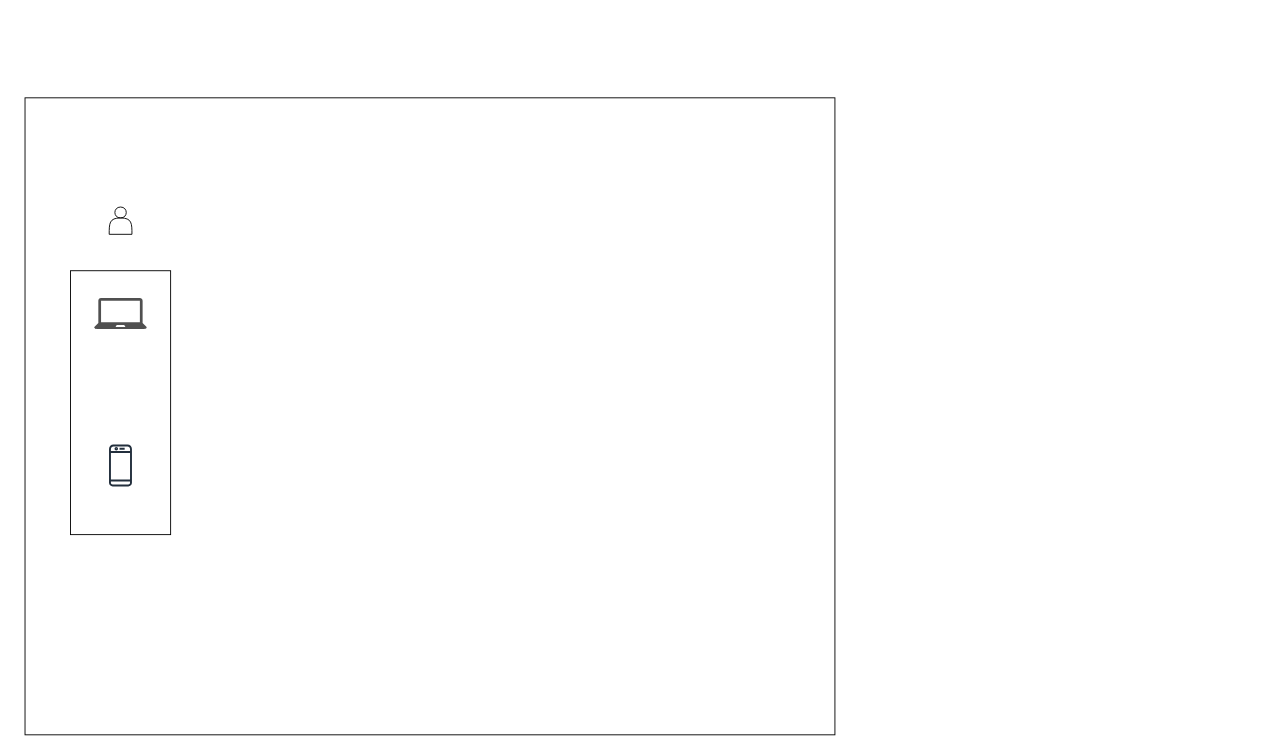
Before: BTP Icons.drawio in rajatchaurasia/btp-icons, a draw.io diagram. Source tidied: cells renumbered, new cells numbered last; positions are measured from the earlier drawing's top-left corner, leaving out a move shared by most shapes. Both pictures are drawn from the tidied source at 91%, with x=0, y=0 at pixel (25, 97). Pictures stored in the file or linked from it are replaced by grey dashed boxes.
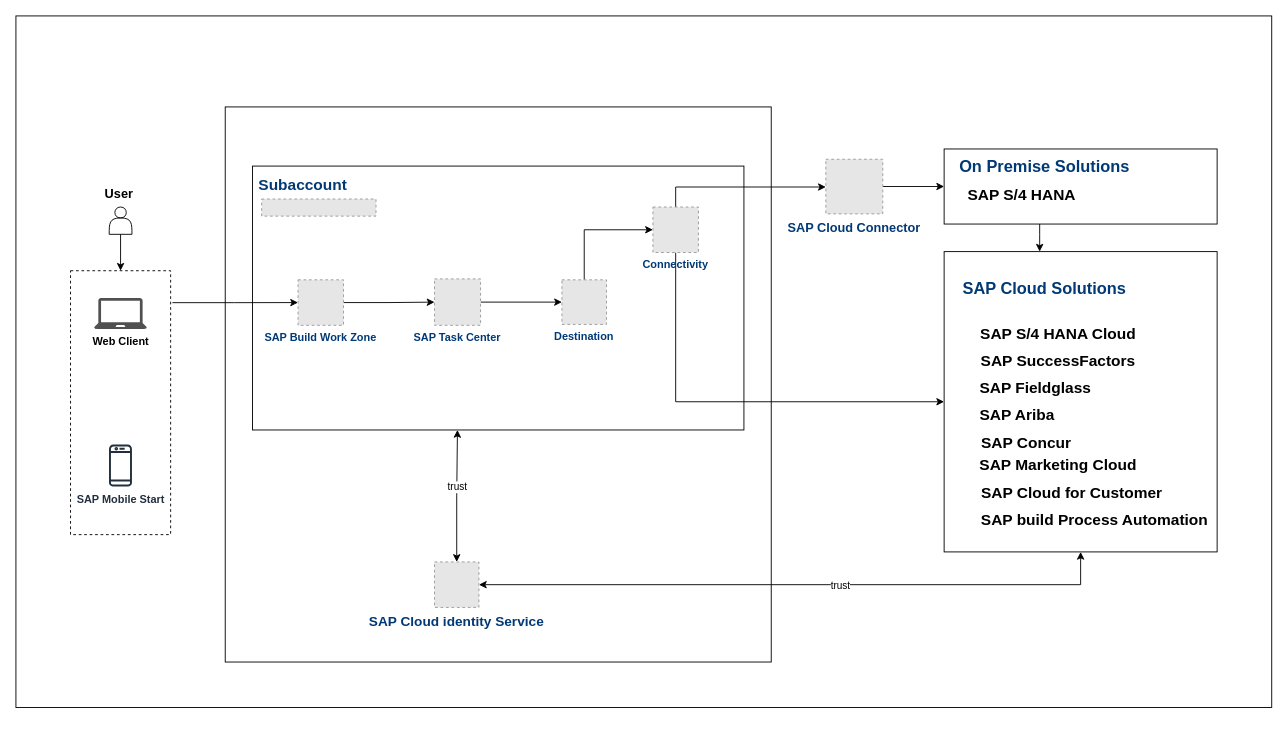
The same page after the edit.

Change to the diagram source:
```diff
@@
+    <mxCell id="7" style="rounded=0;whiteSpace=wrap;html=1;fillColor=none;" parent="1" vertex="1">
+      <mxGeometry x="220" y="10" width="600" height="610" as="geometry" />
+    </mxCell>
     <mxCell id="2" style="rounded=0;whiteSpace=wrap;html=1;fillColor=none;" parent="1" vertex="1">
-      <mxGeometry width="890" height="700" as="geometry" />
+      <mxGeometry x="-10" y="-90" width="1380" height="760" as="geometry" />
     </mxCell>
+    <mxCell id="8" style="rounded=0;whiteSpace=wrap;html=1;fillColor=none;" parent="1" vertex="1">
+      <mxGeometry x="250" y="75" width="540" height="290" as="geometry" />
+    </mxCell>
+    <mxCell id="4" style="shape=actor;whiteSpace=wrap;html=1;" parent="1" vertex="1">
+      <mxGeometry x="92.5" y="120" width="25" height="30" as="geometry" />
+    </mxCell>
+    <mxCell id="9" style="edgeStyle=orthogonalEdgeStyle;rounded=0;jettySize=auto;html=1;exitX=1.018;exitY=0.121;exitDx=0;exitDy=0;entryX=0;entryY=0.5;entryDx=0;entryDy=0;exitPerimeter=0;" parent="1" edge="1" source="3" target="12">
+      <mxGeometry relative="1" as="geometry" />
+    </mxCell>
-    <mxCell id="3" style="rounded=0;whiteSpace=wrap;html=1;" parent="1" vertex="1">
+    <mxCell id="3" style="rounded=0;whiteSpace=wrap;html=1;fillStyle=dots;fillColor=none;dashed=1;" parent="1" vertex="1">
       <mxGeometry x="50" y="190" width="110" height="290" as="geometry" />
     </mxCell>
-    <mxCell id="4" style="shape=actor;whiteSpace=wrap;html=1;" parent="1" vertex="1">
-      <mxGeometry x="92.5" y="120" width="25" height="30" as="geometry" />
-    </mxCell>
+    <mxCell id="10" style="edgeStyle=orthogonalEdgeStyle;rounded=0;jettySize=auto;html=1;entryX=0.5;entryY=0;entryDx=0;entryDy=0;" parent="1" edge="1" source="4" target="3">
+      <mxGeometry relative="1" as="geometry" />
+    </mxCell>
-    <mxCell id="5" style="sketch=0;fontColor=#232F3E;gradientColor=none;fillColor=#232F3D;strokeColor=none;dashed=0;verticalLabelPosition=bottom;verticalAlign=top;align=center;html=1;fontSize=12;fontStyle=0;shape=mxgraph.aws4.mobile_client;" parent="1" vertex="1">
+    <mxCell id="5" value="&lt;b&gt;SAP Mobile Start&lt;/b&gt;" style="sketch=0;fontColor=#232F3E;gradientColor=none;fillColor=#232F3D;strokeColor=none;dashed=0;verticalLabelPosition=bottom;verticalAlign=top;align=center;html=1;fontSize=12;fontStyle=0;shape=mxgraph.aws4.mobile_client;" parent="1" vertex="1">
       <mxGeometry x="92.3" y="380" width="25.2" height="48" as="geometry" />
     </mxCell>
-    <mxCell id="6" style="sketch=0;shadow=0;dashed=0;html=1;strokeColor=none;fillColor=#505050;labelPosition=center;verticalLabelPosition=bottom;verticalAlign=top;align=center;shape=mxgraph.office.devices.laptop;" parent="1" vertex="1">
+    <mxCell id="6" value="&lt;b&gt;Web Client&lt;/b&gt;" style="sketch=0;shadow=0;dashed=0;html=1;strokeColor=none;fillColor=#505050;labelPosition=center;verticalLabelPosition=bottom;verticalAlign=top;align=center;shape=mxgraph.office.devices.laptop;" parent="1" vertex="1">
       <mxGeometry x="75.9" y="220" width="58" height="34" as="geometry" />
     </mxCell>
+    <mxCell id="11" style="edgeStyle=orthogonalEdgeStyle;rounded=0;jettySize=auto;html=1;" parent="1" edge="1" source="12" target="14">
+      <mxGeometry relative="1" as="geometry" />
+    </mxCell>
+    <mxCell id="12" value="SAP Build Work Zone&#10;" style="fillColor=#E6E6E6;strokeColor=#999999;dashed=1;verticalLabelPosition=bottom;verticalAlign=top;fontStyle=1;fontColor=#003975;" parent="1" vertex="1">
+      <mxGeometry x="300" y="200" width="50" height="50" as="geometry" />
+    </mxCell>
+    <mxCell id="13" style="edgeStyle=orthogonalEdgeStyle;rounded=0;jettySize=auto;html=1;" parent="1" edge="1" source="14" target="16">
+      <mxGeometry relative="1" as="geometry" />
+    </mxCell>
+    <mxCell id="14" value="SAP Task Center" style="fillColor=#E6E6E6;strokeColor=#999999;dashed=1;verticalLabelPosition=bottom;labelBackgroundColor=default;verticalAlign=top;fontStyle=1;fontColor=#003975;" parent="1" vertex="1">
+      <mxGeometry x="450" y="199" width="50.6" height="51" as="geometry" />
+    </mxCell>
+    <mxCell id="15" style="edgeStyle=orthogonalEdgeStyle;rounded=0;jettySize=auto;html=1;entryX=0;entryY=0.5;entryDx=0;entryDy=0;exitX=0.5;exitY=0;exitDx=0;exitDy=0;" parent="1" edge="1" source="16" target="19">
+      <mxGeometry relative="1" as="geometry">
+        <Array as="points">
+          <mxPoint x="615" y="145" />
+        </Array>
+      </mxGeometry>
+    </mxCell>
+    <mxCell id="16" value="Destination" style="fillColor=#E6E6E6;strokeColor=#999999;dashed=1;verticalLabelPosition=bottom;verticalAlign=top;fontColor=#003975;fontStyle=1;" parent="1" vertex="1">
+      <mxGeometry x="590" y="200" width="49" height="49" as="geometry" />
+    </mxCell>
+    <mxCell id="17" style="edgeStyle=orthogonalEdgeStyle;rounded=0;jettySize=auto;html=1;" parent="1" edge="1" source="19" target="21">
+      <mxGeometry relative="1" as="geometry">
+        <Array as="points">
+          <mxPoint x="715" y="98" />
+        </Array>
+      </mxGeometry>
+    </mxCell>
+    <mxCell id="18" style="edgeStyle=orthogonalEdgeStyle;rounded=0;jettySize=auto;html=1;entryX=0;entryY=0.5;entryDx=0;entryDy=0;" parent="1" edge="1" source="19" target="22">
+      <mxGeometry relative="1" as="geometry">
+        <Array as="points">
+          <mxPoint x="715" y="334" />
+        </Array>
+      </mxGeometry>
+    </mxCell>
+    <mxCell id="19" value="Connectivity" style="fillColor=#E6E6E6;strokeColor=#999999;dashed=1;verticalLabelPosition=bottom;verticalAlign=top;fontColor=#003975;fontStyle=1;" parent="1" vertex="1">
+      <mxGeometry x="690" y="120" width="50" height="50" as="geometry" />
+    </mxCell>
+    <mxCell id="20" style="edgeStyle=orthogonalEdgeStyle;rounded=0;jettySize=auto;html=1;entryX=0;entryY=0.5;entryDx=0;entryDy=0;" parent="1" edge="1" source="21" target="24">
+      <mxGeometry relative="1" as="geometry" />
+    </mxCell>
+    <mxCell id="21" value="SAP Cloud Connector" style="fillColor=#E6E6E6;strokeColor=#999999;dashed=1;verticalLabelPosition=bottom;labelBackgroundColor=default;verticalAlign=top;fontColor=#003975;fontStyle=1;fontSize=14;" parent="1" vertex="1">
+      <mxGeometry x="880" y="67.5" width="62.6" height="60" as="geometry" />
+    </mxCell>
+    <mxCell id="22" style="rounded=0;whiteSpace=wrap;html=1;fillColor=none;" parent="1" vertex="1">
+      <mxGeometry x="1010" y="169" width="300" height="330" as="geometry" />
+    </mxCell>
+    <mxCell id="23" style="edgeStyle=orthogonalEdgeStyle;rounded=0;jettySize=auto;html=1;" parent="1" edge="1" source="24" target="22">
+      <mxGeometry relative="1" as="geometry">
+        <Array as="points">
+          <mxPoint x="1115" y="150" />
+          <mxPoint x="1115" y="150" />
+        </Array>
+      </mxGeometry>
+    </mxCell>
+    <mxCell id="24" style="rounded=0;whiteSpace=wrap;html=1;fillColor=none;" parent="1" vertex="1">
+      <mxGeometry x="1010" y="56.2" width="300" height="82.5" as="geometry" />
+    </mxCell>
+    <mxCell id="25" value="&lt;font size=&quot;1&quot; color=&quot;#003975&quot;&gt;&lt;b style=&quot;font-size: 18px;&quot;&gt;On Premise Solutions&lt;/b&gt;&lt;/font&gt;" style="text;html=1;align=center;verticalAlign=middle;strokeColor=none;fillColor=none;" parent="1" vertex="1">
+      <mxGeometry x="1015" y="56.2" width="210" height="40" as="geometry" />
+    </mxCell>
+    <mxCell id="26" value="&lt;font size=&quot;1&quot; color=&quot;#003975&quot;&gt;&lt;b style=&quot;font-size: 18px;&quot;&gt;SAP Cloud Solutions&lt;/b&gt;&lt;/font&gt;" style="text;html=1;align=center;verticalAlign=middle;strokeColor=none;fillColor=none;" parent="1" vertex="1">
+      <mxGeometry x="1020" y="190" width="200" height="40" as="geometry" />
+    </mxCell>
+    <mxCell id="27" value="&lt;font size=&quot;1&quot;&gt;&lt;b style=&quot;font-size: 17px;&quot;&gt;SAP SuccessFactors&lt;/b&gt;&lt;/font&gt;" style="text;html=1;align=center;verticalAlign=middle;strokeColor=none;fillColor=none;" parent="1" vertex="1">
+      <mxGeometry x="1040" y="275" width="190" height="30" as="geometry" />
+    </mxCell>
+    <mxCell id="28" value="&lt;span style=&quot;font-size: 17px;&quot;&gt;&lt;b&gt;SAP Ariba&lt;/b&gt;&lt;/span&gt;" style="text;html=1;align=center;verticalAlign=middle;strokeColor=none;fillColor=none;" parent="1" vertex="1">
+      <mxGeometry x="1035" y="335" width="110" height="30" as="geometry" />
+    </mxCell>
+    <mxCell id="29" value="&lt;font size=&quot;1&quot;&gt;&lt;b style=&quot;font-size: 17px;&quot;&gt;SAP Concur&lt;/b&gt;&lt;/font&gt;" style="text;html=1;align=center;verticalAlign=middle;strokeColor=none;fillColor=none;" parent="1" vertex="1">
+      <mxGeometry x="1040" y="365" width="120" height="30" as="geometry" />
+    </mxCell>
+    <mxCell id="30" value="&lt;font size=&quot;1&quot;&gt;&lt;b style=&quot;font-size: 17px;&quot;&gt;SAP Fieldglass&lt;/b&gt;&lt;/font&gt;" style="text;html=1;align=center;verticalAlign=middle;strokeColor=none;fillColor=none;" parent="1" vertex="1">
+      <mxGeometry x="1035" y="305" width="150" height="30" as="geometry" />
+    </mxCell>
+    <mxCell id="31" value="&lt;font size=&quot;1&quot;&gt;&lt;b style=&quot;font-size: 17px;&quot;&gt;SAP Marketing Cloud&lt;/b&gt;&lt;/font&gt;" style="text;html=1;align=center;verticalAlign=middle;strokeColor=none;fillColor=none;" parent="1" vertex="1">
+      <mxGeometry x="1035" y="390" width="200" height="30" as="geometry" />
+    </mxCell>
+    <mxCell id="32" value="&lt;font size=&quot;1&quot;&gt;&lt;b style=&quot;font-size: 17px;&quot;&gt;SAP Cloud for Customer&lt;/b&gt;&lt;/font&gt;" style="text;html=1;align=center;verticalAlign=middle;strokeColor=none;fillColor=none;" parent="1" vertex="1">
+      <mxGeometry x="1040" y="420" width="220" height="30" as="geometry" />
+    </mxCell>
+    <mxCell id="33" value="&lt;font size=&quot;1&quot;&gt;&lt;b style=&quot;font-size: 17px;&quot;&gt;SAP build Process Automation&lt;/b&gt;&lt;/font&gt;" style="text;html=1;align=center;verticalAlign=middle;strokeColor=none;fillColor=none;" parent="1" vertex="1">
+      <mxGeometry x="1040" y="450" width="270" height="30" as="geometry" />
+    </mxCell>
+    <mxCell id="34" value="&lt;font size=&quot;1&quot;&gt;&lt;b style=&quot;font-size: 17px;&quot;&gt;SAP S/4 HANA Cloud&lt;/b&gt;&lt;/font&gt;" style="text;html=1;align=center;verticalAlign=middle;strokeColor=none;fillColor=none;" parent="1" vertex="1">
+      <mxGeometry x="1040" y="245" width="190" height="30" as="geometry" />
+    </mxCell>
+    <mxCell id="35" value="&lt;font size=&quot;1&quot;&gt;&lt;b style=&quot;font-size: 17px;&quot;&gt;SAP S/4 HANA&lt;/b&gt;&lt;/font&gt;" style="text;html=1;align=center;verticalAlign=middle;strokeColor=none;fillColor=none;" parent="1" vertex="1">
+      <mxGeometry x="1025" y="92.5" width="140" height="30" as="geometry" />
+    </mxCell>
+    <mxCell id="36" value="&lt;font color=&quot;#003975&quot; style=&quot;font-size: 17px;&quot;&gt;Subaccount&lt;/font&gt;" style="text;strokeColor=none;fillColor=none;html=1;fontSize=24;fontStyle=1;verticalAlign=middle;align=center;" parent="1" vertex="1">
+      <mxGeometry x="260" y="75" width="90" height="37.5" as="geometry" />
+    </mxCell>
+    <mxCell id="37" style="fillColor=#E6E6E6;strokeColor=#999999;dashed=1;verticalLabelPosition=bottom;labelBackgroundColor=default;verticalAlign=top;" parent="1" vertex="1">
+      <mxGeometry x="260" y="111.2" width="125.7" height="18.8" as="geometry" />
+    </mxCell>
+    <mxCell id="38" style="edgeStyle=orthogonalEdgeStyle;rounded=0;jettySize=auto;html=1;entryX=0.5;entryY=1;entryDx=0;entryDy=0;startArrow=classic;startFill=1;" parent="1" edge="1" source="40" target="22">
+      <mxGeometry relative="1" as="geometry" />
+    </mxCell>
+    <mxCell id="39" value="trust" style="edgeLabel;html=1;align=center;verticalAlign=middle;" parent="38" vertex="1">
+      <mxGeometry x="0.14" relative="1" as="geometry" />
+    </mxCell>
+    <mxCell id="40" value="SAP Cloud identity Service" style="fillColor=#E6E6E6;strokeColor=#999999;dashed=1;verticalLabelPosition=bottom;labelBackgroundColor=default;verticalAlign=top;fontColor=#003975;fontStyle=1;fontSize=15;" parent="1" vertex="1">
+      <mxGeometry x="450" y="510" width="48.8" height="50" as="geometry" />
+    </mxCell>
+    <mxCell id="41" style="edgeStyle=orthogonalEdgeStyle;rounded=0;jettySize=auto;html=1;entryX=0.417;entryY=1;entryDx=0;entryDy=0;entryPerimeter=0;startArrow=classic;startFill=1;" parent="1" edge="1" source="40" target="8">
+      <mxGeometry relative="1" as="geometry" />
+    </mxCell>
+    <mxCell id="42" value="trust" style="edgeLabel;html=1;align=center;verticalAlign=middle;" parent="41" vertex="1">
+      <mxGeometry x="0.14" y="1" relative="1" as="geometry" />
+    </mxCell>
+    <mxCell id="43" value="&lt;font style=&quot;font-size: 14px;&quot;&gt;User&lt;/font&gt;" style="text;strokeColor=none;fillColor=none;html=1;fontSize=24;fontStyle=1;verticalAlign=middle;align=center;" parent="1" vertex="1">
+      <mxGeometry x="50" y="82.5" width="105" height="40" as="geometry" />
+    </mxCell>
```
